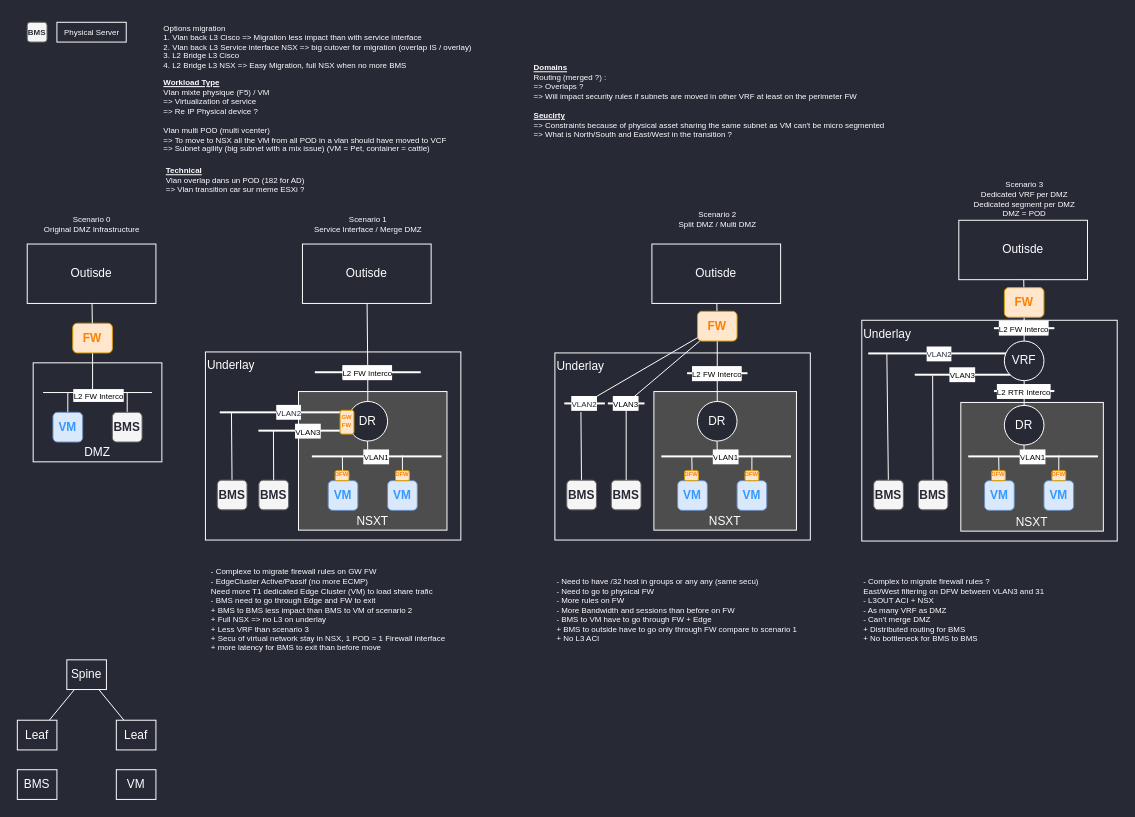
Before: page "Simplified" (2 of 8) of post/nsxt-service-interface-design1/nsxt-service-interface-design-v3.drawio in netmemo/netmemo.github.io, a draw.io diagram. Source tidied: cells renumbered, new cells numbered last; positions are measured from the earlier drawing's top-left corner, leaving out a move shared by most shapes. Both pictures are drawn from the tidied source at 99%, with x=0, y=0 at pixel (17, 17).
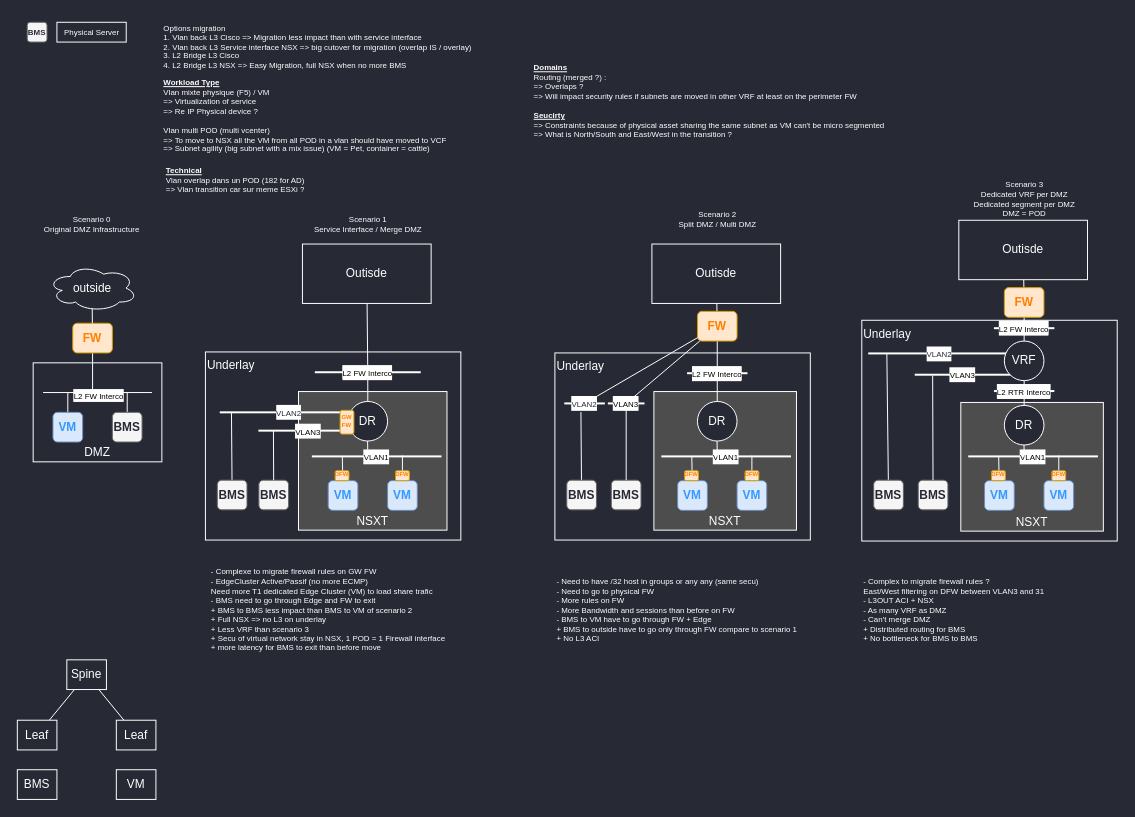
The same diagram, later.

Commit message (it also covers changes not shown here):
change outside box to a cloud :)

Unchanged cells that the change refers to:
```xml
<mxCell id="5" value="&lt;b&gt;&lt;font color=&quot;#ff8000&quot;&gt;FW&lt;/font&gt;&lt;/b&gt;" style="rounded=1;whiteSpace=wrap;html=1;fillColor=#ffe6cc;strokeColor=#d79b00;" parent="1" vertex="1">
  <mxGeometry x="56" y="309" width="40" height="30" as="geometry" />
</mxCell>
```

What changed in the source:
```diff
@@
-    <mxCell id="12" style="edgeStyle=none;rounded=0;jettySize=auto;html=1;endArrow=none;endFill=0;strokeColor=#FFFFFF;" parent="1" edge="1" source="13" target="5">
+    <mxCell id="12" style="edgeStyle=none;rounded=0;jettySize=auto;html=1;endArrow=none;endFill=0;strokeColor=#FFFFFF;exitX=0.496;exitY=0.922;exitDx=0;exitDy=0;exitPerimeter=0;" parent="1" edge="1" source="114" target="5">
       <mxGeometry relative="1" as="geometry" />
     </mxCell>
-    <mxCell id="13" value="Outisde" style="rounded=0;whiteSpace=wrap;html=1;fillColor=#272935;strokeColor=#FFFFFF;fontColor=#FFFFFF;" parent="1" vertex="1">
-      <mxGeometry x="10" y="229" width="130" height="60" as="geometry" />
-    </mxCell>
@@
+    <mxCell id="114" value="&lt;font color=&quot;#ffffff&quot;&gt;outside&lt;/font&gt;" style="ellipse;shape=cloud;whiteSpace=wrap;html=1;fillColor=#272935;strokeColor=#FFFFFF;" parent="1" vertex="1">
+      <mxGeometry x="31" y="250" width="90" height="47" as="geometry" />
+    </mxCell>
```
